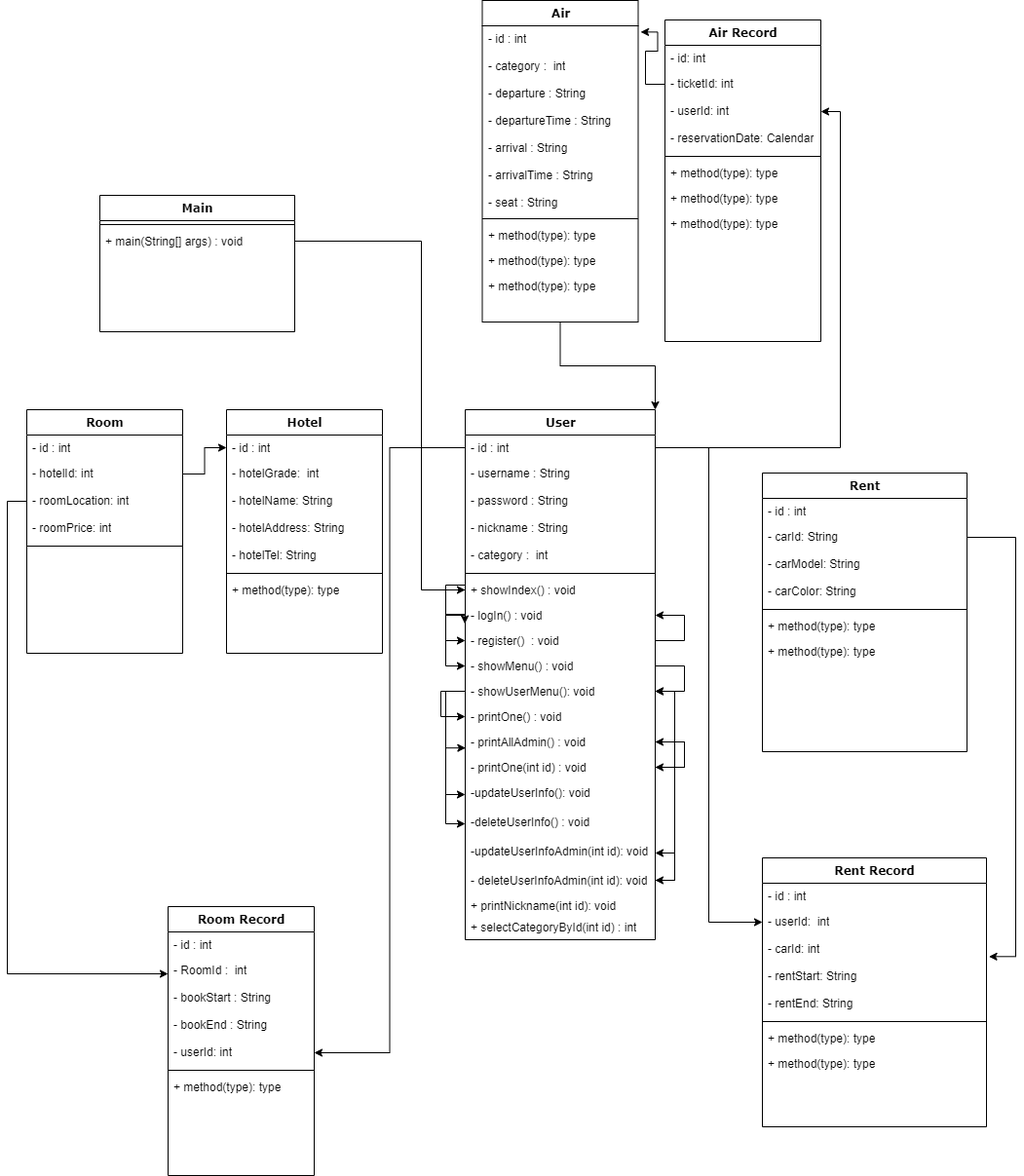
This is TravelProject/제목 없는 다이어그램의 복사본.drawio.png from yunheeversal/Study, a draw.io export, as it was before one commit. Source tidied: cells renumbered, new cells last; positions are measured from the earlier drawing's top-left corner, leaving out a move shared by most shapes.
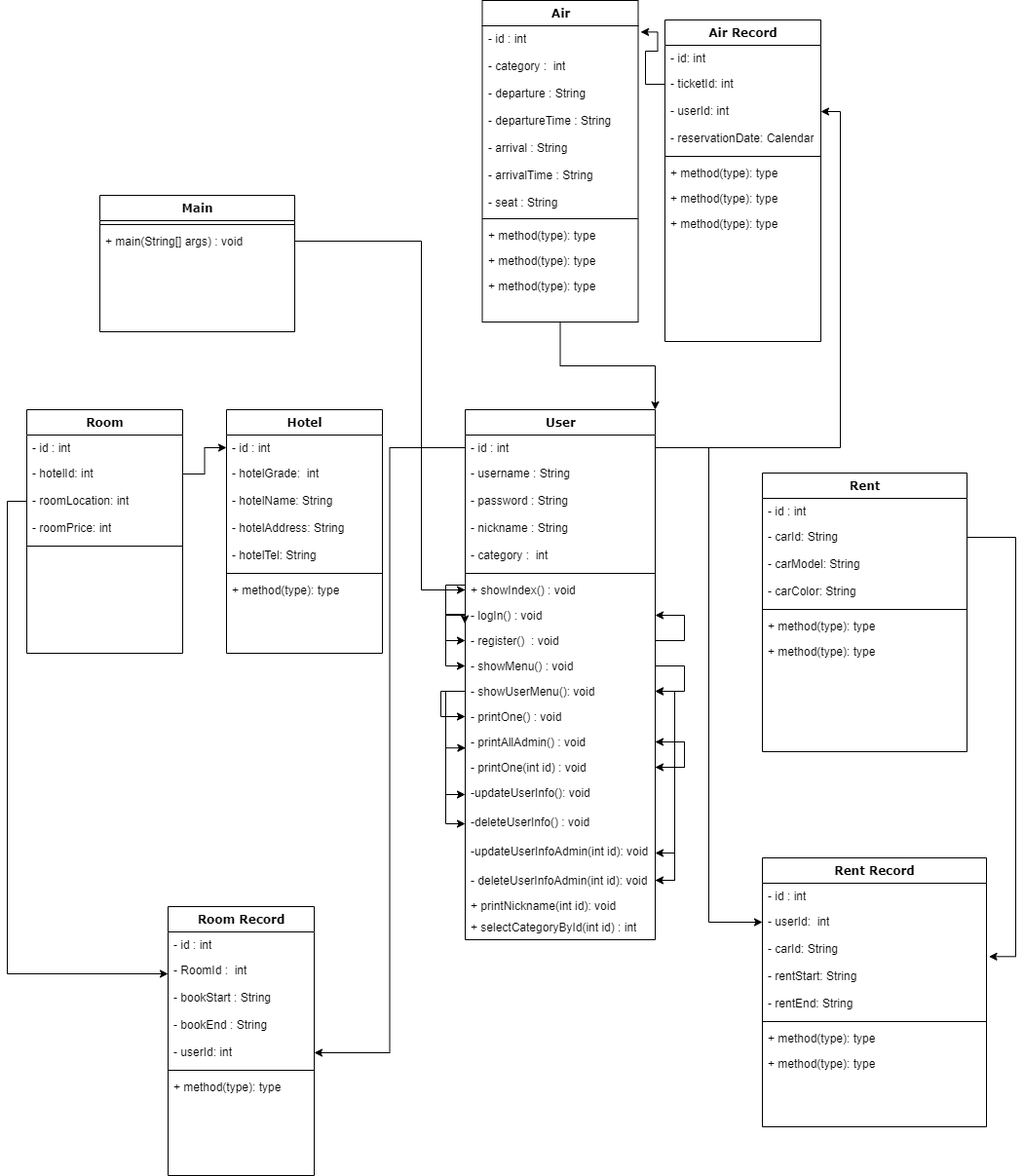
Later version of the same file.

Commit message:
제목 없는 다이어그램의 복사본.drawio.png 업데이트

What changed in the source:
```diff
@@ -216,7 +216,7 @@
     <mxCell id="62" value="- userId:&amp;nbsp; int" style="text;html=1;strokeColor=none;fillColor=none;align=left;verticalAlign=top;spacingLeft=4;spacingRight=4;whiteSpace=wrap;overflow=hidden;points=[[0,0.5],[1,0.5]];portConstraint=eastwest;" parent="60" vertex="1">
       <mxGeometry y="52" width="230" height="28" as="geometry" />
     </mxCell>
-    <mxCell id="63" value="- carId:&amp;nbsp;int&lt;span&gt;&lt;/span&gt;&lt;span&gt;&lt;/span&gt;" style="text;html=1;strokeColor=none;fillColor=none;align=left;verticalAlign=top;spacingLeft=4;spacingRight=4;whiteSpace=wrap;overflow=hidden;points=[[0,0.5],[1,0.5]];portConstraint=eastwest;" parent="60" vertex="1">
+    <mxCell id="63" value="- carId:&amp;nbsp;String&lt;span&gt;&lt;/span&gt;" style="text;html=1;strokeColor=none;fillColor=none;align=left;verticalAlign=top;spacingLeft=4;spacingRight=4;whiteSpace=wrap;overflow=hidden;points=[[0,0.5],[1,0.5]];portConstraint=eastwest;" parent="60" vertex="1">
       <mxGeometry y="80" width="230" height="28" as="geometry" />
     </mxCell>
     <mxCell id="64" value="- rentStart:&amp;nbsp;String" style="text;html=1;strokeColor=none;fillColor=none;align=left;verticalAlign=top;spacingLeft=4;spacingRight=4;whiteSpace=wrap;overflow=hidden;" parent="60" vertex="1">
```
